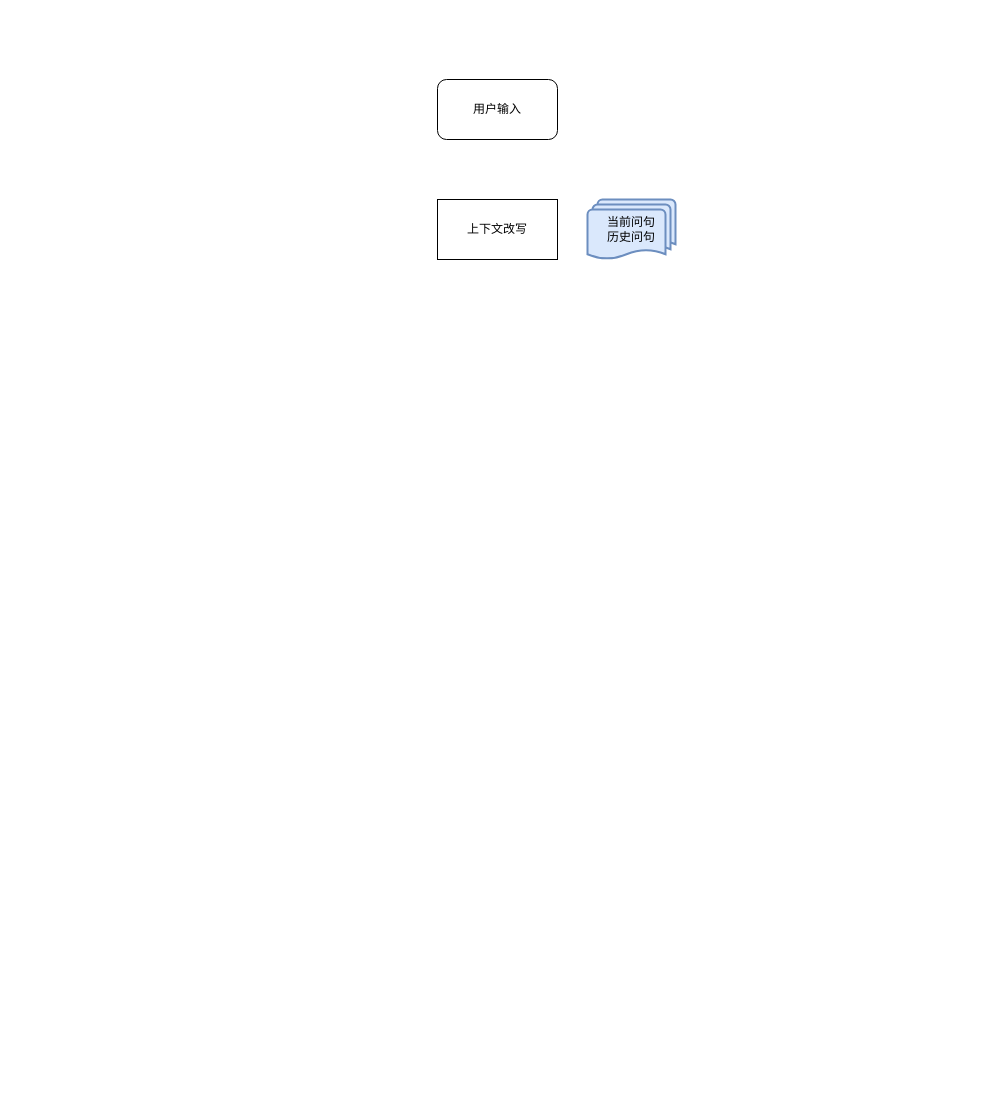
Before: 产品知识智能体.drawio in DanielFu12/Draw, a draw.io diagram. Source tidied: cells renumbered, new cells numbered last; positions are measured from the earlier drawing's top-left corner, leaving out a move shared by most shapes. Both pictures are drawn from the tidied source at 100%, with x=0, y=0 at pixel (437, 79).
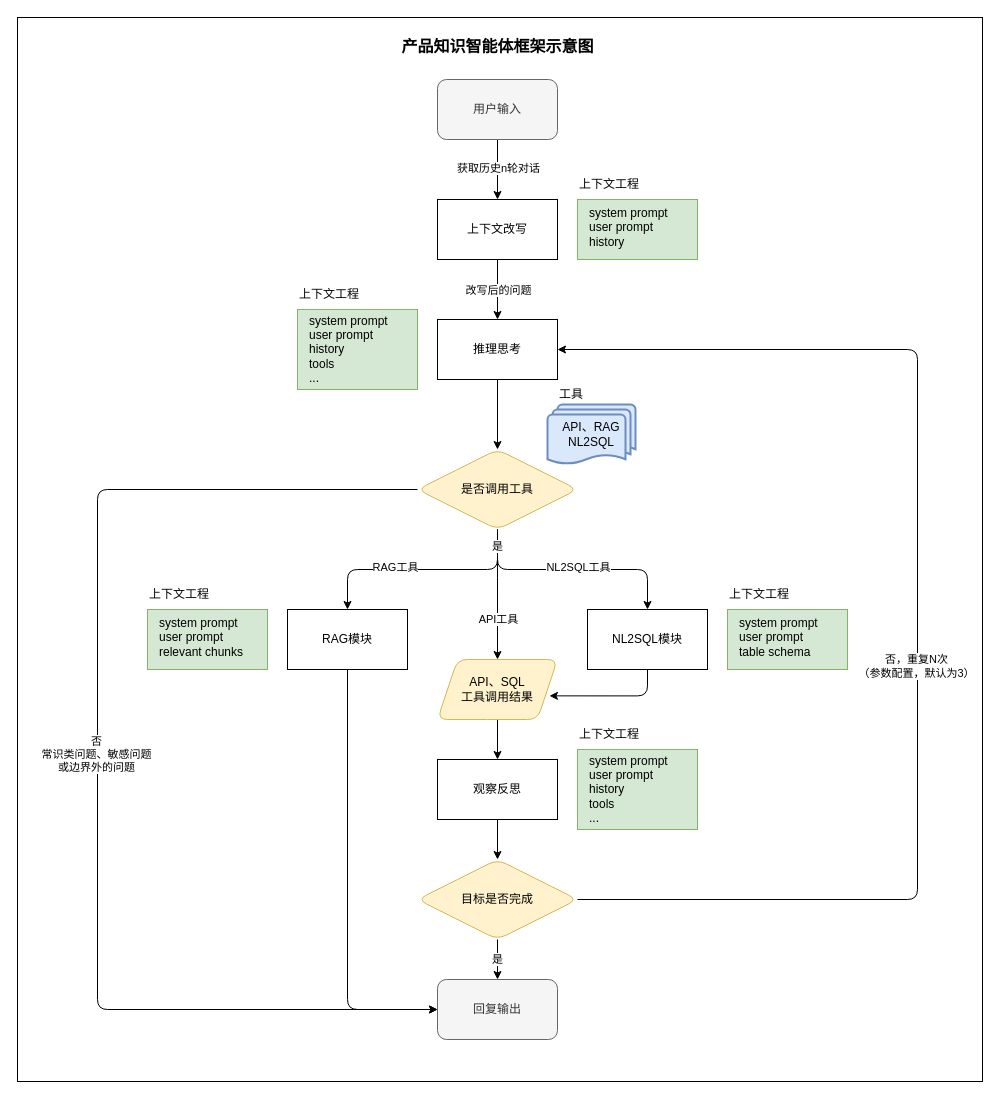
The same diagram, later.

Commit message:
更新产品知识智能体.drawio

Unchanged cells that the change refers to:
```xml
<mxCell id="3" value="上下文改写" style="rounded=0;whiteSpace=wrap;html=1;" parent="1" vertex="1">
  <mxGeometry y="120" width="120" height="60" as="geometry" />
</mxCell>
```

The edit, as a diff of the source:
```diff
@@
+    <mxCell id="5" style="rounded=0;whiteSpace=wrap;html=1;textShadow=1;" parent="1" vertex="1">
+      <mxGeometry x="-420" y="-62" width="965" height="1064" as="geometry" />
+    </mxCell>
+    <mxCell id="6" style="edgeStyle=orthogonalEdgeStyle;rounded=1;jettySize=auto;html=1;exitX=0.5;exitY=1;exitDx=0;exitDy=0;entryX=0.5;entryY=0;entryDx=0;entryDy=0;" parent="1" edge="1" source="2" target="3">
+      <mxGeometry relative="1" as="geometry" />
+    </mxCell>
+    <mxCell id="7" value="获取历史n轮对话" style="edgeLabel;html=1;align=center;verticalAlign=middle;rounded=1;" parent="6" vertex="1">
+      <mxGeometry x="-0.08" relative="1" as="geometry" />
+    </mxCell>
-    <mxCell id="2" value="用户输入" style="rounded=1;whiteSpace=wrap;html=1;" parent="1" vertex="1">
+    <mxCell id="2" value="用户输入" style="rounded=1;whiteSpace=wrap;html=1;fillColor=#f5f5f5;fontColor=#333333;strokeColor=#666666;" parent="1" vertex="1">
       <mxGeometry width="120" height="60" as="geometry" />
     </mxCell>
+    <mxCell id="8" style="edgeStyle=orthogonalEdgeStyle;rounded=1;jettySize=auto;html=1;exitX=0.5;exitY=1;exitDx=0;exitDy=0;entryX=0.5;entryY=0;entryDx=0;entryDy=0;" parent="1" edge="1" source="3" target="11">
+      <mxGeometry relative="1" as="geometry" />
+    </mxCell>
+    <mxCell id="9" value="改写后的问题" style="edgeLabel;html=1;align=center;verticalAlign=middle;rounded=1;" parent="8" vertex="1">
+      <mxGeometry x="-0.02" y="-8" relative="1" as="geometry">
+        <mxPoint x="8" y="1" as="offset" />
+      </mxGeometry>
+    </mxCell>
@@
-    <mxCell id="4" value="当前问句&lt;div&gt;历史问句&lt;/div&gt;" style="strokeWidth=2;html=1;shape=mxgraph.flowchart.multi-document;whiteSpace=wrap;rounded=1;fillColor=#dae8fc;strokeColor=#6c8ebf;" parent="1" vertex="1">
-      <mxGeometry x="150" y="120" width="88" height="60" as="geometry" />
+    <mxCell id="4" value="API、RAG&lt;br&gt;NL2SQL" style="strokeWidth=2;html=1;shape=mxgraph.flowchart.multi-document;whiteSpace=wrap;rounded=1;fillColor=#dae8fc;strokeColor=#6c8ebf;" parent="1" vertex="1">
+      <mxGeometry x="110" y="325" width="88" height="60" as="geometry" />
     </mxCell>
+    <mxCell id="10" style="edgeStyle=orthogonalEdgeStyle;rounded=1;jettySize=auto;html=1;exitX=0.5;exitY=1;exitDx=0;exitDy=0;entryX=0.5;entryY=0;entryDx=0;entryDy=0;" parent="1" edge="1" source="11" target="29">
+      <mxGeometry relative="1" as="geometry" />
+    </mxCell>
+    <mxCell id="11" value="推理思考" style="rounded=0;whiteSpace=wrap;html=1;" parent="1" vertex="1">
+      <mxGeometry y="240" width="120" height="60" as="geometry" />
+    </mxCell>
+    <mxCell id="12" style="group;" parent="1" vertex="1">
+      <mxGeometry x="140" y="90" width="120" height="100" as="geometry" />
+    </mxCell>
+    <mxCell id="13" style="rounded=0;whiteSpace=wrap;html=1;fillColor=#d5e8d4;strokeColor=#82b366;" parent="12" vertex="1">
+      <mxGeometry y="30" width="120" height="60" as="geometry" />
+    </mxCell>
+    <mxCell id="14" value="system prompt&lt;div&gt;user prompt&lt;/div&gt;&lt;div&gt;history&lt;/div&gt;&lt;div&gt;&lt;br&gt;&lt;/div&gt;" style="text;html=1;whiteSpace=wrap;strokeColor=none;fillColor=none;align=left;verticalAlign=middle;rounded=0;fontSize=12;" parent="12" vertex="1">
+      <mxGeometry x="10" y="30" width="100" height="70" as="geometry" />
+    </mxCell>
+    <mxCell id="15" value="上下文工程" style="text;html=1;whiteSpace=wrap;strokeColor=none;fillColor=none;align=left;verticalAlign=middle;rounded=0;" parent="12" vertex="1">
+      <mxGeometry width="80" height="30" as="geometry" />
+    </mxCell>
+    <mxCell id="16" style="group;" parent="1" vertex="1">
+      <mxGeometry x="-140" y="200" width="120" height="110" as="geometry" />
+    </mxCell>
+    <mxCell id="17" style="rounded=0;whiteSpace=wrap;html=1;fillColor=#d5e8d4;strokeColor=#82b366;" parent="16" vertex="1">
+      <mxGeometry y="30" width="120" height="80" as="geometry" />
+    </mxCell>
+    <mxCell id="18" value="system prompt&lt;div&gt;user prompt&lt;/div&gt;&lt;div&gt;history&lt;/div&gt;&lt;div&gt;tools&lt;/div&gt;&lt;div&gt;...&lt;/div&gt;" style="text;html=1;whiteSpace=wrap;strokeColor=none;fillColor=none;align=left;verticalAlign=middle;rounded=0;fontSize=12;" parent="16" vertex="1">
+      <mxGeometry x="10" y="35" width="100" height="70" as="geometry" />
+    </mxCell>
+    <mxCell id="19" value="上下文工程" style="text;html=1;whiteSpace=wrap;strokeColor=none;fillColor=none;align=left;verticalAlign=middle;rounded=0;" parent="16" vertex="1">
+      <mxGeometry width="80" height="30" as="geometry" />
+    </mxCell>
+    <mxCell id="20" style="edgeStyle=orthogonalEdgeStyle;rounded=1;jettySize=auto;html=1;exitX=0.5;exitY=1;exitDx=0;exitDy=0;entryX=0.5;entryY=0;entryDx=0;entryDy=0;" parent="1" edge="1" source="29" target="31">
+      <mxGeometry relative="1" as="geometry" />
+    </mxCell>
+    <mxCell id="21" value="RAG工具" style="edgeLabel;html=1;align=center;verticalAlign=middle;rounded=1;" parent="20" vertex="1">
+      <mxGeometry x="0.24" y="-3" relative="1" as="geometry" />
+    </mxCell>
+    <mxCell id="22" style="edgeStyle=orthogonalEdgeStyle;rounded=1;jettySize=auto;html=1;exitX=0.5;exitY=1;exitDx=0;exitDy=0;entryX=0.5;entryY=0;entryDx=0;entryDy=0;" parent="1" edge="1" source="29" target="32">
+      <mxGeometry relative="1" as="geometry" />
+    </mxCell>
+    <mxCell id="23" value="NL2SQL工具" style="edgeLabel;html=1;align=center;verticalAlign=middle;rounded=1;" parent="22" vertex="1">
+      <mxGeometry x="-0.01" y="3" relative="1" as="geometry">
+        <mxPoint x="6" as="offset" />
+      </mxGeometry>
+    </mxCell>
+    <mxCell id="24" style="edgeStyle=orthogonalEdgeStyle;rounded=1;jettySize=auto;html=1;exitX=0;exitY=0.5;exitDx=0;exitDy=0;entryX=0;entryY=0.5;entryDx=0;entryDy=0;" parent="1" edge="1" source="29" target="34">
+      <mxGeometry relative="1" as="geometry">
+        <Array as="points">
+          <mxPoint x="-340" y="410" />
+          <mxPoint x="-340" y="930" />
+        </Array>
+      </mxGeometry>
+    </mxCell>
+    <mxCell id="25" value="否&lt;div&gt;常识类问题、敏感问题&lt;/div&gt;&lt;div&gt;或边界外的问题&lt;/div&gt;" style="edgeLabel;html=1;align=center;verticalAlign=middle;rounded=1;" parent="24" vertex="1">
+      <mxGeometry x="-0.01" y="-2" relative="1" as="geometry" />
+    </mxCell>
+    <mxCell id="26" style="edgeStyle=orthogonalEdgeStyle;curved=1;rounded=1;jettySize=auto;html=1;entryX=0.5;entryY=0;entryDx=0;entryDy=0;exitX=0.5;exitY=1;exitDx=0;exitDy=0;" parent="1" edge="1" source="29" target="46">
+      <mxGeometry relative="1" as="geometry" />
+    </mxCell>
+    <mxCell id="27" value="API工具" style="edgeLabel;html=1;align=center;verticalAlign=middle;rounded=1;" parent="26" vertex="1">
+      <mxGeometry x="0.37" relative="1" as="geometry" />
+    </mxCell>
+    <mxCell id="28" value="是" style="edgeLabel;html=1;align=center;verticalAlign=middle;rounded=1;" parent="26" vertex="1">
+      <mxGeometry x="-0.76" y="-1" relative="1" as="geometry" />
+    </mxCell>
+    <mxCell id="29" value="是否调用工具" style="rhombus;whiteSpace=wrap;html=1;rounded=1;fillColor=#fff2cc;strokeColor=#d6b656;" parent="1" vertex="1">
+      <mxGeometry x="-20" y="370" width="160" height="80" as="geometry" />
+    </mxCell>
+    <mxCell id="30" style="edgeStyle=orthogonalEdgeStyle;rounded=1;jettySize=auto;html=1;exitX=0.5;exitY=1;exitDx=0;exitDy=0;entryX=0;entryY=0.5;entryDx=0;entryDy=0;" parent="1" edge="1" source="31" target="34">
+      <mxGeometry relative="1" as="geometry" />
+    </mxCell>
+    <mxCell id="31" value="RAG模块" style="rounded=0;whiteSpace=wrap;html=1;" parent="1" vertex="1">
+      <mxGeometry x="-150" y="530" width="120" height="60" as="geometry" />
+    </mxCell>
+    <mxCell id="32" value="NL2SQL模块" style="rounded=0;whiteSpace=wrap;html=1;" parent="1" vertex="1">
+      <mxGeometry x="150" y="530" width="120" height="60" as="geometry" />
+    </mxCell>
+    <mxCell id="33" value="工具" style="text;html=1;whiteSpace=wrap;strokeColor=none;fillColor=none;align=left;verticalAlign=middle;rounded=0;" parent="1" vertex="1">
+      <mxGeometry x="120" y="300" width="60" height="30" as="geometry" />
+    </mxCell>
+    <mxCell id="34" value="回复输出" style="rounded=1;whiteSpace=wrap;html=1;fillColor=#f5f5f5;fontColor=#333333;strokeColor=#666666;" parent="1" vertex="1">
+      <mxGeometry y="900" width="120" height="60" as="geometry" />
+    </mxCell>
+    <mxCell id="35" style="edgeStyle=orthogonalEdgeStyle;rounded=1;jettySize=auto;html=1;exitX=0.5;exitY=1;exitDx=0;exitDy=0;entryX=0.5;entryY=0;entryDx=0;entryDy=0;" parent="1" edge="1" source="36" target="55">
+      <mxGeometry relative="1" as="geometry" />
+    </mxCell>
+    <mxCell id="36" value="观察反思" style="rounded=0;whiteSpace=wrap;html=1;" parent="1" vertex="1">
+      <mxGeometry y="680" width="120" height="60" as="geometry" />
+    </mxCell>
+    <mxCell id="37" style="group;" parent="1" vertex="1">
+      <mxGeometry x="-290" y="500" width="120" height="100" as="geometry" />
+    </mxCell>
+    <mxCell id="38" style="rounded=0;whiteSpace=wrap;html=1;fillColor=#d5e8d4;strokeColor=#82b366;" parent="37" vertex="1">
+      <mxGeometry y="30" width="120" height="60" as="geometry" />
+    </mxCell>
+    <mxCell id="39" value="system prompt&lt;div&gt;user prompt&lt;/div&gt;&lt;div&gt;relevant chunks&lt;/div&gt;&lt;div&gt;&lt;br&gt;&lt;/div&gt;" style="text;html=1;whiteSpace=wrap;strokeColor=none;fillColor=none;align=left;verticalAlign=middle;rounded=0;fontSize=12;" parent="37" vertex="1">
+      <mxGeometry x="10" y="30" width="100" height="70" as="geometry" />
+    </mxCell>
+    <mxCell id="40" value="上下文工程" style="text;html=1;whiteSpace=wrap;strokeColor=none;fillColor=none;align=left;verticalAlign=middle;rounded=0;" parent="37" vertex="1">
+      <mxGeometry width="80" height="30" as="geometry" />
+    </mxCell>
+    <mxCell id="41" style="group;" parent="1" vertex="1">
+      <mxGeometry x="290" y="500" width="120" height="100" as="geometry" />
+    </mxCell>
+    <mxCell id="42" style="rounded=0;whiteSpace=wrap;html=1;fillColor=#d5e8d4;strokeColor=#82b366;" parent="41" vertex="1">
+      <mxGeometry y="30" width="120" height="60" as="geometry" />
+    </mxCell>
+    <mxCell id="43" value="system prompt&lt;div&gt;user prompt&lt;/div&gt;&lt;div&gt;table schema&lt;/div&gt;&lt;div&gt;&lt;br&gt;&lt;/div&gt;" style="text;html=1;whiteSpace=wrap;strokeColor=none;fillColor=none;align=left;verticalAlign=middle;rounded=0;fontSize=12;" parent="41" vertex="1">
+      <mxGeometry x="10" y="30" width="100" height="70" as="geometry" />
+    </mxCell>
+    <mxCell id="44" value="上下文工程" style="text;html=1;whiteSpace=wrap;strokeColor=none;fillColor=none;align=left;verticalAlign=middle;rounded=0;" parent="41" vertex="1">
+      <mxGeometry width="80" height="30" as="geometry" />
+    </mxCell>
+    <mxCell id="45" style="edgeStyle=orthogonalEdgeStyle;rounded=1;jettySize=auto;html=1;exitX=0.5;exitY=1;exitDx=0;exitDy=0;entryX=0.5;entryY=0;entryDx=0;entryDy=0;" parent="1" edge="1" source="46" target="36">
+      <mxGeometry relative="1" as="geometry" />
+    </mxCell>
+    <mxCell id="46" value="API、SQL&lt;div&gt;工具调用结果&lt;/div&gt;" style="shape=parallelogram;perimeter=parallelogramPerimeter;whiteSpace=wrap;html=1;fixedSize=1;rounded=1;fillColor=#fff2cc;strokeColor=#d6b656;" parent="1" vertex="1">
+      <mxGeometry y="580" width="120" height="60" as="geometry" />
+    </mxCell>
+    <mxCell id="47" style="edgeStyle=orthogonalEdgeStyle;rounded=1;jettySize=auto;html=1;exitX=0.5;exitY=1;exitDx=0;exitDy=0;entryX=0.933;entryY=0.606;entryDx=0;entryDy=0;entryPerimeter=0;" parent="1" edge="1" source="32" target="46">
+      <mxGeometry relative="1" as="geometry" />
+    </mxCell>
+    <mxCell id="48" style="group;" parent="1" vertex="1">
+      <mxGeometry x="140" y="640" width="120" height="110" as="geometry" />
+    </mxCell>
+    <mxCell id="49" style="rounded=0;whiteSpace=wrap;html=1;fillColor=#d5e8d4;strokeColor=#82b366;" parent="48" vertex="1">
+      <mxGeometry y="30" width="120" height="80" as="geometry" />
+    </mxCell>
+    <mxCell id="50" value="system prompt&lt;div&gt;user prompt&lt;/div&gt;&lt;div&gt;history&lt;/div&gt;&lt;div&gt;tools&lt;/div&gt;&lt;div&gt;...&lt;/div&gt;" style="text;html=1;whiteSpace=wrap;strokeColor=none;fillColor=none;align=left;verticalAlign=middle;rounded=0;fontSize=12;" parent="48" vertex="1">
+      <mxGeometry x="10" y="35" width="100" height="70" as="geometry" />
+    </mxCell>
+    <mxCell id="51" value="上下文工程" style="text;html=1;whiteSpace=wrap;strokeColor=none;fillColor=none;align=left;verticalAlign=middle;rounded=0;" parent="48" vertex="1">
+      <mxGeometry width="80" height="30" as="geometry" />
+    </mxCell>
+    <mxCell id="52" value="是" style="edgeStyle=orthogonalEdgeStyle;rounded=1;jettySize=auto;html=1;exitX=0.5;exitY=1;exitDx=0;exitDy=0;entryX=0.5;entryY=0;entryDx=0;entryDy=0;" parent="1" edge="1" source="55" target="34">
+      <mxGeometry relative="1" as="geometry" />
+    </mxCell>
+    <mxCell id="53" style="edgeStyle=orthogonalEdgeStyle;rounded=1;jettySize=auto;html=1;exitX=1;exitY=0.5;exitDx=0;exitDy=0;entryX=1;entryY=0.5;entryDx=0;entryDy=0;" parent="1" edge="1" source="55" target="11">
+      <mxGeometry relative="1" as="geometry">
+        <Array as="points">
+          <mxPoint x="480" y="820" />
+          <mxPoint x="480" y="270" />
+        </Array>
+      </mxGeometry>
+    </mxCell>
+    <mxCell id="54" value="否，重复N次&lt;br&gt;（参数配置，默认为3）" style="edgeLabel;html=1;align=center;verticalAlign=middle;rounded=1;" parent="53" vertex="1">
+      <mxGeometry x="-0.08" y="2" relative="1" as="geometry">
+        <mxPoint y="1" as="offset" />
+      </mxGeometry>
+    </mxCell>
+    <mxCell id="55" value="目标是否完成" style="rhombus;whiteSpace=wrap;html=1;rounded=1;fillColor=#fff2cc;strokeColor=#d6b656;" parent="1" vertex="1">
+      <mxGeometry x="-20" y="780" width="160" height="80" as="geometry" />
+    </mxCell>
+    <mxCell id="56" value="产品知识智能体框架示意图" style="text;html=1;whiteSpace=wrap;strokeColor=none;fillColor=none;align=center;verticalAlign=middle;rounded=0;fontStyle=1;fontSize=16;" parent="1" vertex="1">
+      <mxGeometry x="-45.5" y="-48" width="211" height="30" as="geometry" />
+    </mxCell>
```
